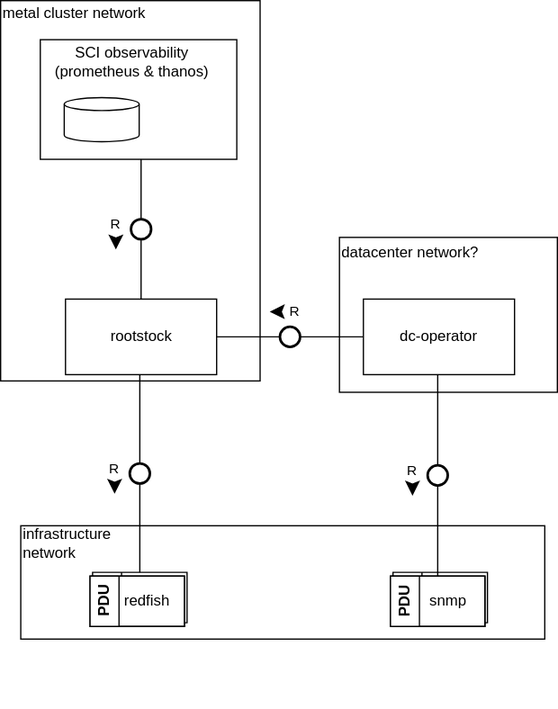
The draw.io diagram docs/design/rootstock_embedding.svg in cloudoperators/rootstock, before a commit. Source tidied: cells renumbered, new cells last; positions are measured from the earlier drawing's top-left corner, leaving out a move shared by most shapes.
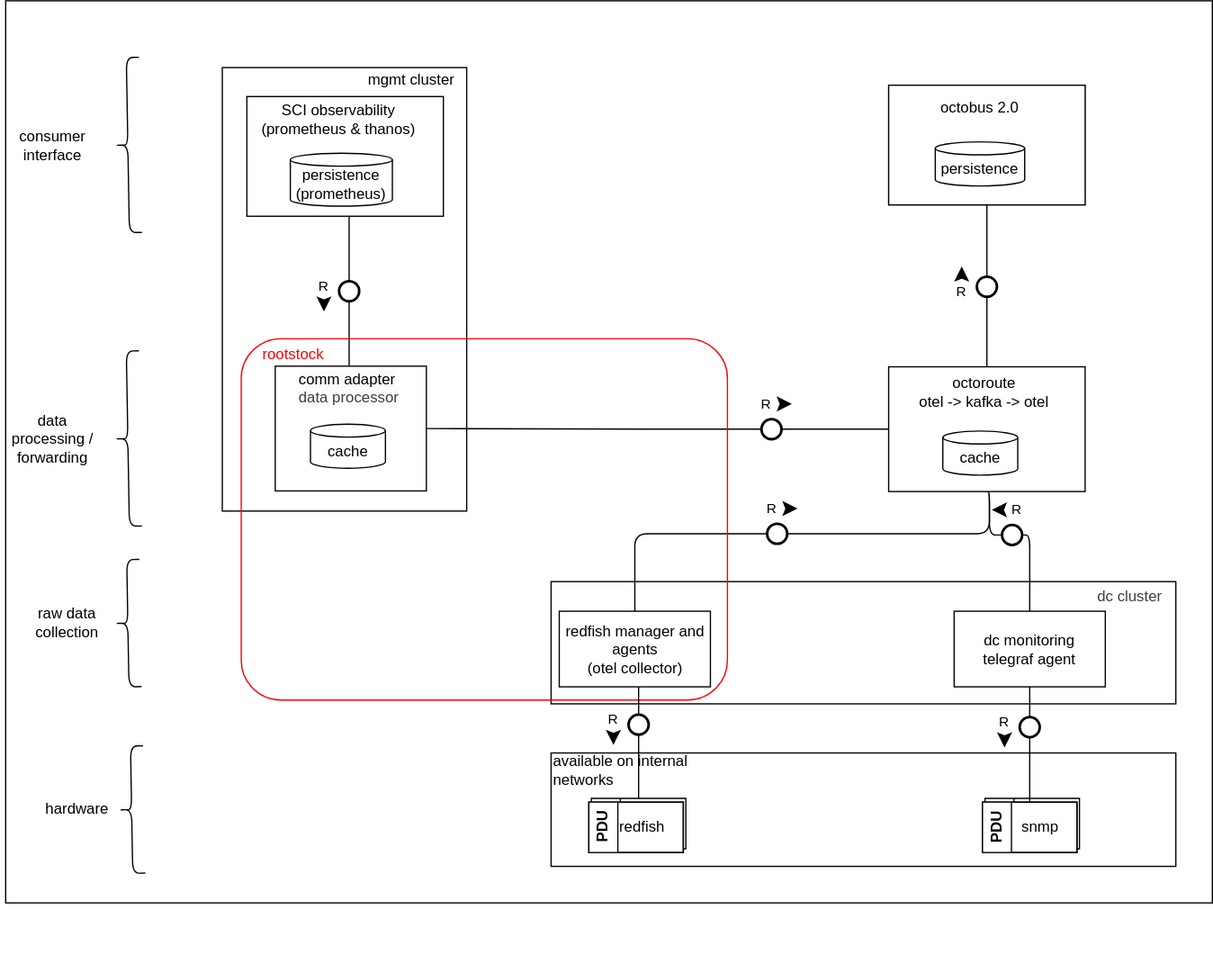
Later version of the same file.

What changed in the source:
```diff
@@ -2,44 +2,95 @@
   <root>
     <mxCell id="0" />
     <mxCell id="1" parent="0" />
-    <mxCell id="2" style="group;" parent="1" vertex="1">
-      <mxGeometry x="269" y="188" width="173" height="123" as="geometry" />
-    </mxCell>
+    <mxCell id="8" value="Best viewed with the &lt;a href=&quot;https://github.com/ariel-bentu/tam-drawio&quot;&gt;TAM plugin&lt;/a&gt;" style="text;html=1;shape=tamPluginMissing;" parent="1" vertex="1">
+      <mxGeometry x="121" y="537" width="200" height="25" as="geometry" />
+    </mxCell>
+    <mxCell id="34" style="group;" parent="1" vertex="1">
+      <mxGeometry x="-260" y="-209" width="962" height="716" as="geometry" />
+    </mxCell>
+    <mxCell id="35" style="rounded=0;whiteSpace=wrap;html=1;fillColor=#FFFFFF;" parent="34" vertex="1">
+      <mxGeometry x="4" width="958" height="716" as="geometry" />
+    </mxCell>
+    <mxCell id="6" style="rounded=0;whiteSpace=wrap;html=1;" parent="34" vertex="1">
+      <mxGeometry x="176" y="53" width="194" height="352" as="geometry" />
+    </mxCell>
-    <mxCell id="3" style="rounded=0;whiteSpace=wrap;html=1;" parent="2" vertex="1">
-      <mxGeometry width="173" height="123" as="geometry" />
+    <mxCell id="3" style="rounded=0;whiteSpace=wrap;html=1;" parent="34" vertex="1">
+      <mxGeometry x="437" y="461" width="496" height="97" as="geometry" />
     </mxCell>
+    <mxCell id="12" value="&lt;div&gt;&lt;span style=&quot;background-color: transparent;&quot;&gt;redfish manager and agents&lt;/span&gt;&lt;/div&gt;&lt;div&gt;(otel collector)&lt;/div&gt;" style="rounded=0;whiteSpace=wrap;html=1;" parent="34" vertex="1">
+      <mxGeometry x="443.5" y="484.5" width="120" height="60" as="geometry" />
+    </mxCell>
+    <mxCell id="13" value="dc monitoring&lt;br&gt;telegraf agent" style="rounded=0;whiteSpace=wrap;html=1;" parent="34" vertex="1">
+      <mxGeometry x="757" y="484.5" width="120" height="60" as="geometry" />
+    </mxCell>
+    <mxCell id="28" style="group;" parent="34" vertex="1">
+      <mxGeometry x="195.5" y="76" width="156" height="95" as="geometry" />
+    </mxCell>
+    <mxCell id="29" style="rounded=0;whiteSpace=wrap;html=1;" parent="28" vertex="1">
+      <mxGeometry width="156" height="95" as="geometry" />
+    </mxCell>
+    <mxCell id="30" value="SCI observability&lt;div&gt;(prometheus &amp;amp; thanos)&lt;/div&gt;" style="text;html=1;align=center;verticalAlign=middle;whiteSpace=wrap;rounded=0;" parent="28" vertex="1">
+      <mxGeometry width="145" height="35" as="geometry" />
+    </mxCell>
+    <mxCell id="31" value="persistence&lt;div&gt;(prometheus)&lt;/div&gt;" style="shape=cylinder3;whiteSpace=wrap;html=1;boundedLbl=1;backgroundOutline=1;size=5.142857142857167;" parent="28" vertex="1">
+      <mxGeometry x="34.5" y="45" width="81" height="42" as="geometry" />
+    </mxCell>
+    <mxCell id="36" style="group;fillColor=#ffe6cc;strokeColor=#d79b00;" parent="34" vertex="1">
+      <mxGeometry x="705" y="67" width="156" height="95" as="geometry" />
+    </mxCell>
+    <mxCell id="37" style="rounded=0;whiteSpace=wrap;html=1;" parent="36" vertex="1">
+      <mxGeometry width="156" height="95" as="geometry" />
+    </mxCell>
+    <mxCell id="38" value="octobus 2.0" style="text;html=1;align=center;verticalAlign=middle;whiteSpace=wrap;rounded=0;" parent="36" vertex="1">
+      <mxGeometry width="145" height="35" as="geometry" />
+    </mxCell>
+    <mxCell id="39" value="persistence" style="shape=cylinder3;whiteSpace=wrap;html=1;boundedLbl=1;backgroundOutline=1;size=5.142857142857167;" parent="36" vertex="1">
+      <mxGeometry x="37" y="45" width="71" height="35" as="geometry" />
+    </mxCell>
+    <mxCell id="40" style="shape=useedge;vertical=true;edgeStyle=none;endArrow=none;useSignPosition=left;useSignDirection=south;exitX=0.5;exitY=1;exitDx=0;exitDy=0;entryX=0.884;entryY=0.014;entryDx=0;entryDy=0;entryPerimeter=0;" parent="34" edge="1" source="37" target="49">
+      <mxGeometry relative="1" as="geometry" />
+    </mxCell>
-    <mxCell id="4" value="&lt;div&gt;datacenter network?&lt;/div&gt;" style="text;html=1;align=left;verticalAlign=middle;whiteSpace=wrap;rounded=0;" parent="2" vertex="1">
-      <mxGeometry width="122" height="23" as="geometry" />
+    <mxCell id="4" value="&lt;div&gt;&lt;span style=&quot;color: rgb(63, 63, 63); background-color: transparent;&quot;&gt;dc cluster&lt;/span&gt;&lt;/div&gt;" style="text;html=1;align=left;verticalAlign=middle;whiteSpace=wrap;rounded=0;" parent="34" vertex="1">
+      <mxGeometry x="869" y="461" width="64" height="23" as="geometry" />
     </mxCell>
-    <mxCell id="5" style="group;" parent="1" vertex="1">
-      <mxGeometry width="206" height="302" as="geometry" />
-    </mxCell>
-    <mxCell id="6" style="rounded=0;whiteSpace=wrap;html=1;" parent="5" vertex="1">
-      <mxGeometry width="206" height="302" as="geometry" />
-    </mxCell>
-    <mxCell id="7" value="&lt;div&gt;metal cluster network&lt;/div&gt;" style="text;html=1;align=left;verticalAlign=middle;whiteSpace=wrap;rounded=0;" parent="5" vertex="1">
-      <mxGeometry width="119" height="20" as="geometry" />
+    <mxCell id="7" value="&lt;div&gt;mgmt cluster&lt;/div&gt;" style="text;html=1;align=left;verticalAlign=middle;whiteSpace=wrap;rounded=0;" parent="34" vertex="1">
+      <mxGeometry x="290" y="53" width="80" height="20" as="geometry" />
     </mxCell>
-    <mxCell id="8" value="Best viewed with the &lt;a href=&quot;https://github.com/ariel-bentu/tam-drawio&quot;&gt;TAM plugin&lt;/a&gt;" style="text;html=1;shape=tamPluginMissing;" parent="1" vertex="1">
-      <mxGeometry x="121" y="537" width="200" height="25" as="geometry" />
-    </mxCell>
+    <mxCell id="41" style="rounded=1;shape=useedge;edgeStyle=orthogonalEdgeStyle;elbow=horizontal;endArrow=none;useSignPosition=left;useSignDirection=south;entryX=0.5;entryY=0;entryDx=0;entryDy=0;dx=20;dy=22;exitX=0.5;exitY=1;exitDx=0;exitDy=0;" parent="34" edge="1" source="49" target="13">
+      <mxGeometry relative="1" as="geometry">
+        <Array as="points">
+          <mxPoint x="785" y="390" />
+          <mxPoint x="785" y="424" />
+          <mxPoint x="817" y="424" />
+        </Array>
+      </mxGeometry>
+    </mxCell>
+    <mxCell id="42" style="rounded=1;shape=useedge;edgeStyle=orthogonalEdgeStyle;elbow=horizontal;endArrow=none;useSignPosition=left;useSignDirection=south;entryX=0.5;entryY=0;entryDx=0;entryDy=0;dx=113;dy=27;exitX=0.5;exitY=1;exitDx=0;exitDy=0;" parent="34" edge="1" source="49" target="12">
+      <mxGeometry relative="1" as="geometry">
+        <Array as="points">
+          <mxPoint x="785" y="390" />
+          <mxPoint x="785" y="423" />
+          <mxPoint x="504" y="423" />
+        </Array>
+      </mxGeometry>
+    </mxCell>
+    <mxCell id="43" style="shape=useedge;vertical=true;edgeStyle=none;endArrow=none;useSignPosition=left;useSignDirection=south;entryX=0.5;entryY=1;entryDx=0;entryDy=0;" parent="34" edge="1" source="53" target="29">
+      <mxGeometry relative="1" as="geometry" />
+    </mxCell>
+    <mxCell id="44" style="rounded=1;shape=useedge;edgeStyle=elbowEdgeStyle;elbow=horizontal;endArrow=none;useSignPosition=left;useSignDirection=south;exitX=0;exitY=0.5;exitDx=0;exitDy=0;dx=274;dy=6;" parent="34" edge="1" source="49" target="53">
+      <mxGeometry relative="1" as="geometry" />
+    </mxCell>
-    <mxCell id="9" style="group;" parent="1" vertex="1">
-      <mxGeometry x="16" y="417" width="416" height="90" as="geometry" />
+    <mxCell id="9" style="group;" parent="34" vertex="1">
+      <mxGeometry x="437" y="597" width="496" height="90" as="geometry" />
     </mxCell>
     <mxCell id="10" style="rounded=0;whiteSpace=wrap;html=1;" parent="9" vertex="1">
-      <mxGeometry width="416" height="90" as="geometry" />
+      <mxGeometry width="496" height="90" as="geometry" />
     </mxCell>
-    <mxCell id="11" value="infrastructure&lt;div&gt;network&lt;/div&gt;" style="text;html=1;align=left;verticalAlign=middle;whiteSpace=wrap;rounded=0;" parent="9" vertex="1">
-      <mxGeometry y="2" width="43.5" height="23.9" as="geometry" />
+    <mxCell id="11" value="&lt;span style=&quot;color: rgb(0, 0, 0);&quot;&gt;available on internal networks&lt;/span&gt;" style="text;html=1;align=left;verticalAlign=middle;whiteSpace=wrap;rounded=0;" parent="9" vertex="1">
+      <mxGeometry y="2" width="117" height="23.9" as="geometry" />
     </mxCell>
-    <mxCell id="12" value="rootstock" style="rounded=0;whiteSpace=wrap;html=1;" parent="1" vertex="1">
-      <mxGeometry x="51.5" y="237" width="120" height="60" as="geometry" />
-    </mxCell>
-    <mxCell id="13" value="dc-operator" style="rounded=0;whiteSpace=wrap;html=1;" parent="1" vertex="1">
-      <mxGeometry x="288" y="237" width="120" height="60" as="geometry" />
-    </mxCell>
-    <mxCell id="14" style="group;" parent="1" vertex="1">
-      <mxGeometry x="71" y="454" width="77" height="43" as="geometry" />
+    <mxCell id="14" style="group;" parent="34" vertex="1">
+      <mxGeometry x="467" y="633" width="77" height="43" as="geometry" />
     </mxCell>
     <mxCell id="15" value="PDU" style="swimlane;horizontal=0;whiteSpace=wrap;html=1;" parent="14" vertex="1">
       <mxGeometry x="2" width="75" height="40" as="geometry" />
@@ -54,10 +105,10 @@
       <mxGeometry width="75" height="40" as="geometry" />
     </mxCell>
     <mxCell id="19" value="redfish" style="text;html=1;align=center;verticalAlign=middle;" parent="18" vertex="1">
-      <mxGeometry x="15" y="5" width="60" height="30" as="geometry" />
+      <mxGeometry x="12" y="5" width="60" height="30" as="geometry" />
     </mxCell>
-    <mxCell id="20" style="group;" parent="1" vertex="1">
-      <mxGeometry x="309.5" y="454" width="77" height="43" as="geometry" />
+    <mxCell id="20" style="group;" parent="34" vertex="1">
+      <mxGeometry x="779.5" y="633" width="77" height="43" as="geometry" />
     </mxCell>
     <mxCell id="21" value="PDU" style="swimlane;horizontal=0;whiteSpace=wrap;html=1;" parent="20" vertex="1">
       <mxGeometry x="2" width="75" height="40" as="geometry" />
@@ -74,29 +125,68 @@
     <mxCell id="25" value="snmp" style="text;html=1;align=center;verticalAlign=middle;" parent="24" vertex="1">
       <mxGeometry x="22" y="7" width="47" height="26" as="geometry" />
     </mxCell>
+    <mxCell id="45" style="group;fillColor=none;" parent="34" vertex="1">
+      <mxGeometry x="191" y="262" width="386" height="293" as="geometry" />
+    </mxCell>
+    <mxCell id="46" style="rounded=1;whiteSpace=wrap;html=1;fillColor=none;strokeColor=#FF0000;arcSize=11;" parent="45" vertex="1">
+      <mxGeometry y="6.3" width="386" height="286.7" as="geometry" />
+    </mxCell>
+    <mxCell id="47" value="rootstock" style="text;html=1;align=center;verticalAlign=middle;whiteSpace=wrap;rounded=0;fontColor=#FF0000;" parent="45" vertex="1">
+      <mxGeometry x="11.8" width="59.2" height="37.6" as="geometry" />
+    </mxCell>
+    <mxCell id="48" style="group;" parent="34" vertex="1">
+      <mxGeometry x="705" y="290.5" width="156" height="99" as="geometry" />
+    </mxCell>
+    <mxCell id="49" style="rounded=0;whiteSpace=wrap;html=1;" parent="48" vertex="1">
+      <mxGeometry width="156" height="99" as="geometry" />
+    </mxCell>
+    <mxCell id="50" value="octoroute&lt;div&gt;otel -&amp;gt; kafka -&amp;gt; otel&lt;/div&gt;" style="text;html=1;align=center;verticalAlign=middle;whiteSpace=wrap;rounded=0;" parent="48" vertex="1">
+      <mxGeometry x="23" y="7" width="106" height="27.6" as="geometry" />
+    </mxCell>
+    <mxCell id="51" value="cache" style="shape=cylinder3;whiteSpace=wrap;html=1;boundedLbl=1;backgroundOutline=1;size=5.142857142857167;" parent="48" vertex="1">
+      <mxGeometry x="43" y="51" width="59.5" height="35" as="geometry" />
+    </mxCell>
+    <mxCell id="52" style="group;" parent="34" vertex="1">
+      <mxGeometry x="218" y="287" width="120" height="102" as="geometry" />
+    </mxCell>
+    <mxCell id="53" style="rounded=0;whiteSpace=wrap;html=1;" parent="52" vertex="1">
+      <mxGeometry y="3" width="120" height="99" as="geometry" />
+    </mxCell>
+    <mxCell id="54" value="cache" style="shape=cylinder3;whiteSpace=wrap;html=1;boundedLbl=1;backgroundOutline=1;size=5.142857142857167;" parent="52" vertex="1">
+      <mxGeometry x="28" y="49" width="59.5" height="35" as="geometry" />
+    </mxCell>
+    <mxCell id="55" value="&lt;span style=&quot;forced-color-adjust: none; color: light-dark(rgb(0, 0, 0), rgb(237, 237, 237)); scrollbar-color: rgb(226, 226, 226) rgb(251, 251, 251); font-family: Helvetica; font-size: 12px; font-style: normal; font-variant-ligatures: normal; font-variant-caps: normal; font-weight: 400; letter-spacing: normal; orphans: 2; text-align: center; text-indent: 0px; text-transform: none; widows: 2; word-spacing: 0px; -webkit-text-stroke-width: 0px; white-space: normal; background-color: rgb(251, 251, 251); text-decoration-thickness: initial; text-decoration-style: initial; text-decoration-color: initial;&quot;&gt;comm adapter&lt;/span&gt;&lt;div style=&quot;forced-color-adjust: none; color: light-dark(rgb(63, 63, 63), rgb(183, 183, 183)); scrollbar-color: rgb(226, 226, 226) rgb(251, 251, 251); font-family: Helvetica; font-size: 12px; font-style: normal; font-variant-ligatures: normal; font-variant-caps: normal; font-weight: 400; letter-spacing: normal; orphans: 2; text-align: center; text-indent: 0px; text-transform: none; widows: 2; word-spacing: 0px; -webkit-text-stroke-width: 0px; white-space: normal; background-color: rgb(251, 251, 251); text-decoration-thickness: initial; text-decoration-style: initial; text-decoration-color: initial;&quot;&gt;data processor&lt;/div&gt;" style="text;whiteSpace=wrap;html=1;" parent="52" vertex="1">
+      <mxGeometry x="17" width="93.6" height="39.8" as="geometry" />
+    </mxCell>
+    <mxCell id="56" style="shape=curlyBracket;whiteSpace=wrap;html=1;rounded=1;flipH=1;labelPosition=right;verticalLabelPosition=middle;align=left;verticalAlign=middle;rotation=-181;" parent="34" vertex="1">
+      <mxGeometry x="91" y="45" width="20" height="139" as="geometry" />
+    </mxCell>
+    <mxCell id="57" style="shape=curlyBracket;whiteSpace=wrap;html=1;rounded=1;flipH=1;labelPosition=right;verticalLabelPosition=middle;align=left;verticalAlign=middle;rotation=-181;" parent="34" vertex="1">
+      <mxGeometry x="91" y="278" width="20" height="139" as="geometry" />
+    </mxCell>
+    <mxCell id="58" style="shape=curlyBracket;whiteSpace=wrap;html=1;rounded=1;flipH=1;labelPosition=right;verticalLabelPosition=middle;align=left;verticalAlign=middle;rotation=-181;" parent="34" vertex="1">
+      <mxGeometry x="91" y="443.5" width="20" height="101" as="geometry" />
+    </mxCell>
+    <mxCell id="59" style="shape=curlyBracket;whiteSpace=wrap;html=1;rounded=1;flipH=1;labelPosition=right;verticalLabelPosition=middle;align=left;verticalAlign=middle;rotation=-181;" parent="34" vertex="1">
+      <mxGeometry x="94" y="591.5" width="20" height="101" as="geometry" />
+    </mxCell>
-    <mxCell id="26" style="shape=useedge;vertical=true;edgeStyle=none;endArrow=none;useSignPosition=left;useSignDirection=south;entryX=0.5;entryY=1;entryDx=0;entryDy=0;exitX=0.5;exitY=0;exitDx=0;exitDy=0;" parent="1" edge="1" source="15" target="12">
+    <mxCell id="26" style="shape=useedge;vertical=true;edgeStyle=none;endArrow=none;useSignPosition=left;useSignDirection=south;entryX=0.5;entryY=1;entryDx=0;entryDy=0;exitX=0.5;exitY=0;exitDx=0;exitDy=0;dx=3;dy=30;" parent="34" edge="1" source="15" target="12">
       <mxGeometry relative="1" as="geometry" />
     </mxCell>
-    <mxCell id="27" style="shape=useedge;vertical=true;edgeStyle=none;endArrow=none;useSignPosition=left;useSignDirection=south;entryX=0.5;entryY=1;entryDx=0;entryDy=0;exitX=0.5;exitY=0;exitDx=0;exitDy=0;" parent="1" edge="1" source="23" target="13">
+    <mxCell id="27" style="shape=useedge;vertical=true;edgeStyle=none;endArrow=none;useSignPosition=left;useSignDirection=south;entryX=0.5;entryY=1;entryDx=0;entryDy=0;exitX=0.5;exitY=0;exitDx=0;exitDy=0;dx=1;dy=32;" parent="34" edge="1" source="23" target="13">
       <mxGeometry relative="1" as="geometry" />
     </mxCell>
-    <mxCell id="28" style="group;" parent="1" vertex="1">
-      <mxGeometry x="31.5" y="31" width="156" height="95" as="geometry" />
-    </mxCell>
-    <mxCell id="29" style="rounded=0;whiteSpace=wrap;html=1;" parent="28" vertex="1">
-      <mxGeometry width="156" height="95" as="geometry" />
-    </mxCell>
-    <mxCell id="30" value="SCI observability&lt;div&gt;(prometheus &amp;amp; thanos)&lt;/div&gt;" style="text;html=1;align=center;verticalAlign=middle;whiteSpace=wrap;rounded=0;" parent="28" vertex="1">
-      <mxGeometry width="145" height="35" as="geometry" />
-    </mxCell>
-    <mxCell id="31" style="shape=cylinder3;whiteSpace=wrap;html=1;boundedLbl=1;backgroundOutline=1;size=5.142857142857167;" parent="28" vertex="1">
-      <mxGeometry x="19" y="46" width="59.5" height="35" as="geometry" />
-    </mxCell>
-    <mxCell id="32" style="shape=useedge;endArrow=none;edgeStyle=none;useSignPosition=up;useSignDirection=east;entryX=1;entryY=0.5;entryDx=0;entryDy=0;exitX=0;exitY=0.5;exitDx=0;exitDy=0;" parent="1" edge="1" source="13" target="12">
-      <mxGeometry relative="1" as="geometry" />
-    </mxCell>
-    <mxCell id="33" style="shape=useedge;vertical=true;edgeStyle=none;endArrow=none;useSignPosition=left;useSignDirection=south;exitX=0.5;exitY=0;exitDx=0;exitDy=0;entryX=0.5;entryY=1;entryDx=0;entryDy=0;" parent="1" edge="1" source="12" target="29">
-      <mxGeometry relative="1" as="geometry" />
-    </mxCell>
+    <mxCell id="60" value="hardware" style="text;strokeColor=none;align=center;fillColor=none;html=1;verticalAlign=middle;whiteSpace=wrap;rounded=0;" parent="34" vertex="1">
+      <mxGeometry x="31" y="627" width="60" height="30" as="geometry" />
+    </mxCell>
+    <mxCell id="61" value="raw data&lt;div&gt;collection&lt;/div&gt;" style="text;strokeColor=none;align=center;fillColor=none;html=1;verticalAlign=middle;whiteSpace=wrap;rounded=0;" parent="34" vertex="1">
+      <mxGeometry x="23" y="479" width="60" height="30" as="geometry" />
+    </mxCell>
+    <mxCell id="62" value="data processing / forwarding" style="text;strokeColor=none;align=center;fillColor=none;html=1;verticalAlign=middle;whiteSpace=wrap;rounded=0;" parent="34" vertex="1">
+      <mxGeometry y="332.5" width="83" height="30" as="geometry" />
+    </mxCell>
+    <mxCell id="63" value="consumer interface" style="text;strokeColor=none;align=center;fillColor=none;html=1;verticalAlign=middle;whiteSpace=wrap;rounded=0;" parent="34" vertex="1">
+      <mxGeometry y="99.5" width="83" height="30" as="geometry" />
+    </mxCell>
   </root>
 </mxGraphModel>
```
